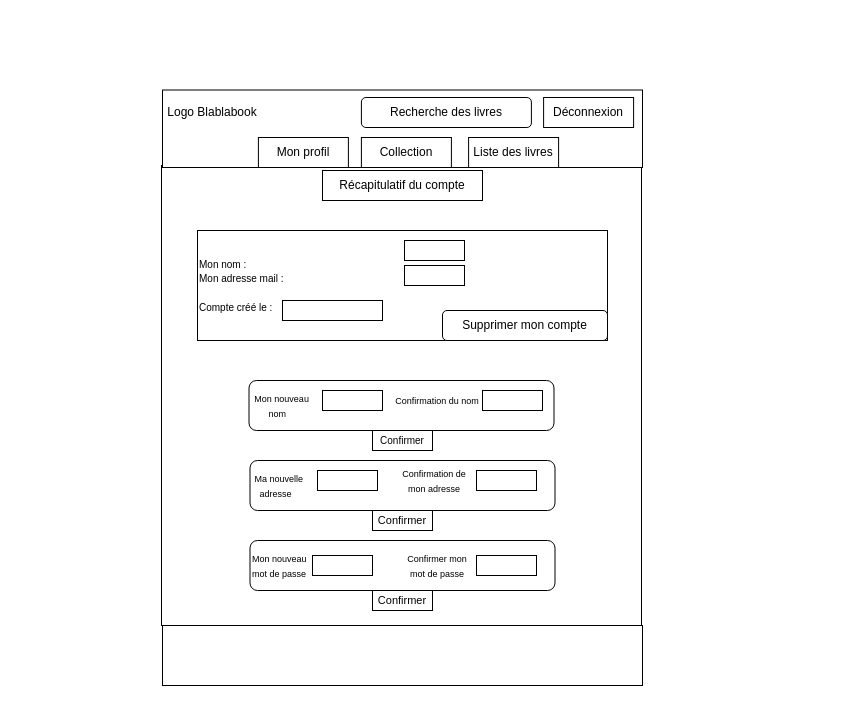
Before: page "ordinateur" (1 of 2) of Cahier des charges/wireframe/profil.drawio in HarukaIZUMI18/Blablabook-Haruka, a draw.io diagram. Source tidied: cells renumbered, new cells numbered last; positions are measured from the earlier drawing's top-left corner, leaving out a move shared by most shapes. Both pictures are drawn from the tidied source at 100%, with x=0, y=0 at pixel (142, 89).
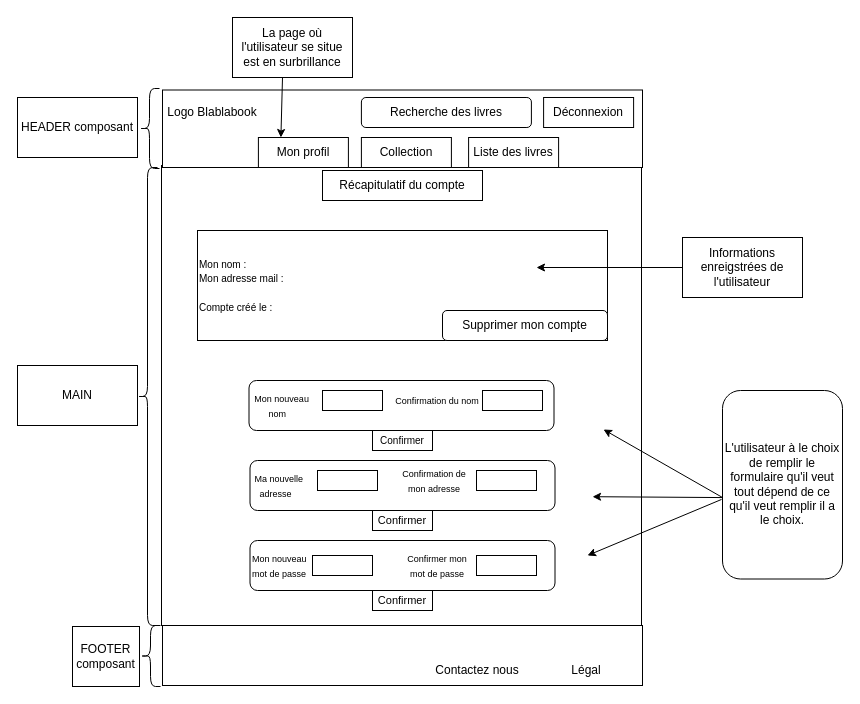
The same page after the edit.

Commit message (it also covers changes not shown here):
Modification du wireframe profil version ordinateur et mobile

Unchanged cells that the change refers to:
```xml
<mxCell id="2" style="rounded=0;whiteSpace=wrap;html=1;" parent="1" vertex="1">
  <mxGeometry x="19" y="76" width="480" height="460" as="geometry" />
</mxCell>
```

What changed in the source:
```diff
@@
-    <mxCell id="21" style="rounded=0;whiteSpace=wrap;html=1;" parent="1" vertex="1">
-      <mxGeometry x="262" y="151" width="60" height="20" as="geometry" />
-    </mxCell>
-    <mxCell id="22" style="rounded=0;whiteSpace=wrap;html=1;" parent="1" vertex="1">
-      <mxGeometry x="262" y="176" width="60" height="20" as="geometry" />
-    </mxCell>
-    <mxCell id="23" style="rounded=0;whiteSpace=wrap;html=1;" parent="1" vertex="1">
-      <mxGeometry x="140" y="211" width="100" height="20" as="geometry" />
-    </mxCell>
@@
-    <mxCell id="33" value="Mon profil" style="rounded=0;whiteSpace=wrap;html=1;" parent="1" vertex="1">
+    <mxCell id="33" value="Mon profil" style="rounded=0;whiteSpace=wrap;html=1;fillColor=light-dark(#FFFFFF,#FFE6CC);fontColor=light-dark(#000000,#000000);" parent="1" vertex="1">
       <mxGeometry x="115.9" y="48" width="90" height="30" as="geometry" />
     </mxCell>
+    <mxCell id="34" value="L'utilisateur à le choix de remplir le formulaire qu'il veut tout dépend de ce qu'il veut remplir il a le choix." style="rounded=1;whiteSpace=wrap;html=1;" parent="1" vertex="1">
+      <mxGeometry x="580" y="301" width="120" height="188.5" as="geometry" />
+    </mxCell>
+    <mxCell id="35" style="endArrow=classic;html=1;" parent="1" edge="1">
+      <mxGeometry relative="1" as="geometry">
+        <mxPoint x="580" y="408" as="sourcePoint" />
+        <mxPoint x="461" y="340" as="targetPoint" />
+      </mxGeometry>
+    </mxCell>
+    <mxCell id="36" style="endArrow=classic;html=1;exitX=0;exitY=0.568;exitDx=0;exitDy=0;exitPerimeter=0;entryX=0.898;entryY=0.72;entryDx=0;entryDy=0;entryPerimeter=0;" parent="1" edge="1" source="34" target="2">
+      <mxGeometry relative="1" as="geometry" />
+    </mxCell>
+    <mxCell id="37" style="endArrow=classic;html=1;exitX=-0.008;exitY=0.578;exitDx=0;exitDy=0;exitPerimeter=0;" parent="1" edge="1" source="34">
+      <mxGeometry relative="1" as="geometry">
+        <mxPoint x="445" y="466" as="targetPoint" />
+      </mxGeometry>
+    </mxCell>
+    <mxCell id="38" style="endArrow=classic;html=1;" parent="1" edge="1">
+      <mxGeometry relative="1" as="geometry">
+        <mxPoint x="544" y="178" as="sourcePoint" />
+        <mxPoint x="394" y="178" as="targetPoint" />
+      </mxGeometry>
+    </mxCell>
+    <mxCell id="39" value="Informations enreigstrées de l'utilisateur" style="rounded=0;whiteSpace=wrap;html=1;" parent="1" vertex="1">
+      <mxGeometry x="540" y="148" width="120" height="60" as="geometry" />
+    </mxCell>
+    <mxCell id="40" style="endArrow=classic;html=1;entryX=0.25;entryY=0;entryDx=0;entryDy=0;" parent="1" edge="1" target="33">
+      <mxGeometry relative="1" as="geometry">
+        <mxPoint x="140" y="-12" as="sourcePoint" />
+      </mxGeometry>
+    </mxCell>
+    <mxCell id="41" value="La page où l'utilisateur se situe est en surbrillance" style="rounded=0;whiteSpace=wrap;html=1;" parent="1" vertex="1">
+      <mxGeometry x="90" y="-72" width="120" height="60" as="geometry" />
+    </mxCell>
+    <mxCell id="42" value="Contactez nous" style="text;html=1;align=center;verticalAlign=middle;whiteSpace=wrap;rounded=0;" parent="1" vertex="1">
+      <mxGeometry x="290" y="566" width="90" height="30" as="geometry" />
+    </mxCell>
+    <mxCell id="43" value="Légal" style="text;html=1;align=center;verticalAlign=middle;whiteSpace=wrap;rounded=0;" parent="1" vertex="1">
+      <mxGeometry x="399" y="566" width="90" height="30" as="geometry" />
+    </mxCell>
+    <mxCell id="44" style="shape=curlyBracket;whiteSpace=wrap;html=1;rounded=1;labelPosition=left;verticalLabelPosition=middle;align=right;verticalAlign=middle;" parent="1" vertex="1">
+      <mxGeometry x="-3" y="-1" width="20" height="80" as="geometry" />
+    </mxCell>
+    <mxCell id="45" style="shape=curlyBracket;whiteSpace=wrap;html=1;rounded=1;labelPosition=left;verticalLabelPosition=middle;align=right;verticalAlign=middle;" parent="1" vertex="1">
+      <mxGeometry x="-5" y="78" width="20" height="458" as="geometry" />
+    </mxCell>
+    <mxCell id="46" style="shape=curlyBracket;whiteSpace=wrap;html=1;rounded=1;labelPosition=left;verticalLabelPosition=middle;align=right;verticalAlign=middle;" parent="1" vertex="1">
+      <mxGeometry x="-2" y="536" width="20" height="61" as="geometry" />
+    </mxCell>
+    <mxCell id="47" value="FOOTER composant" style="rounded=0;whiteSpace=wrap;html=1;" parent="1" vertex="1">
+      <mxGeometry x="-70" y="537" width="67" height="60" as="geometry" />
+    </mxCell>
+    <mxCell id="48" value="MAIN" style="rounded=0;whiteSpace=wrap;html=1;" parent="1" vertex="1">
+      <mxGeometry x="-125" y="276" width="120" height="60" as="geometry" />
+    </mxCell>
+    <mxCell id="49" value="HEADER composant" style="rounded=0;whiteSpace=wrap;html=1;" parent="1" vertex="1">
+      <mxGeometry x="-125" y="8" width="120" height="60" as="geometry" />
+    </mxCell>
```
